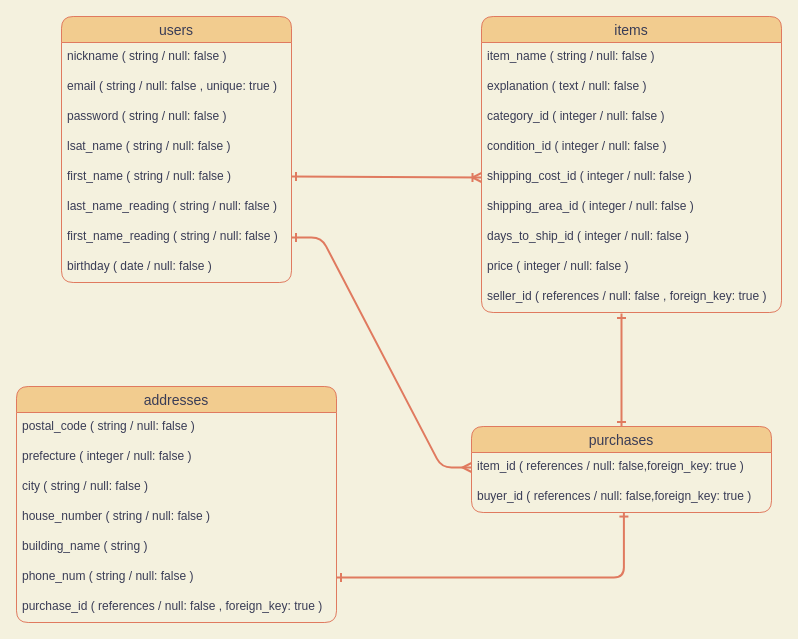
This is table-design.dio from kamahiro0413/furima-33019, a draw.io file, before an edit. Source tidied: cells renumbered, new cells numbered last; positions are measured from the earlier drawing's top-left corner, leaving out a move shared by most shapes. Both pictures are drawn from the tidied source at 100%, with x=0, y=0 at pixel (16, 16).
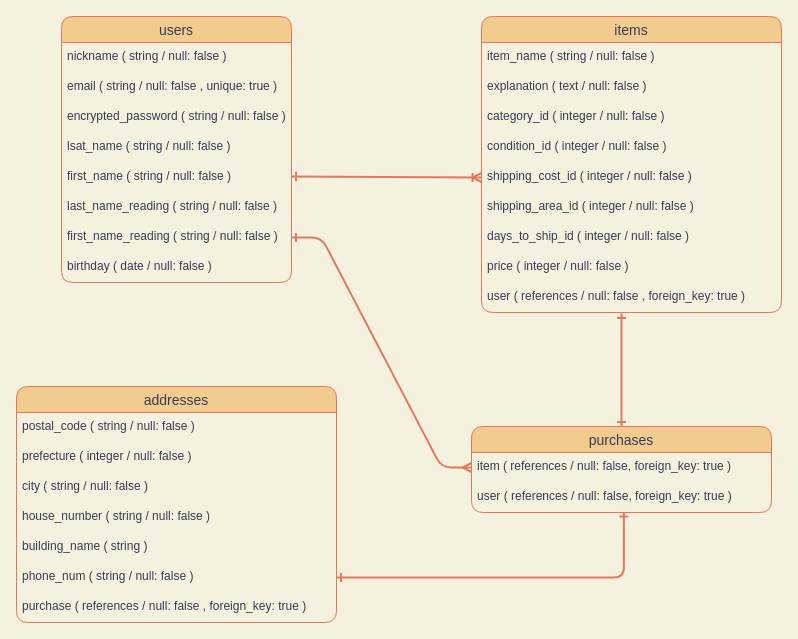
After the change.

Commit message (it also covers changes not shown here):
DB設計カラム名修正

Unchanged cells that the change refers to:
```xml
<mxCell id="2" value="users" style="swimlane;fontStyle=0;horizontal=1;startSize=26;align=center;fontSize=14;html=0;rounded=1;fillColor=#F2CC8F;strokeColor=#E07A5F;fontColor=#393C56;" parent="1" vertex="1">
  <mxGeometry x="45" width="230" height="266" as="geometry" />
</mxCell>
<mxCell id="11" value="items" style="swimlane;fontStyle=0;horizontal=1;startSize=26;align=center;fontSize=14;html=0;rounded=1;fillColor=#F2CC8F;strokeColor=#E07A5F;fontColor=#393C56;" parent="1" vertex="1">
  <mxGeometry x="465" width="300" height="296" as="geometry" />
</mxCell>
<mxCell id="21" value="purchases" style="swimlane;fontStyle=0;horizontal=1;startSize=26;align=center;fontSize=14;html=0;rounded=1;fillColor=#F2CC8F;strokeColor=#E07A5F;fontColor=#393C56;" parent="1" vertex="1">
  <mxGeometry x="455" y="410" width="300" height="86" as="geometry" />
</mxCell>
<mxCell id="24" value="addresses" style="swimlane;fontStyle=0;horizontal=1;startSize=26;align=center;fontSize=14;html=0;rounded=1;fillColor=#F2CC8F;strokeColor=#E07A5F;fontColor=#393C56;" parent="1" vertex="1">
  <mxGeometry y="370" width="320" height="236" as="geometry" />
</mxCell>
```

The edit, as a diff of the source:
```diff
@@
-    <mxCell id="5" value="password ( string / null: false )" style="text;strokeColor=none;fillColor=none;spacingLeft=4;spacingRight=4;overflow=hidden;fontSize=12;rounded=1;fontColor=#393C56;" parent="2" vertex="1">
+    <mxCell id="5" value="encrypted_password ( string / null: false )" style="text;strokeColor=none;fillColor=none;spacingLeft=4;spacingRight=4;overflow=hidden;fontSize=12;rounded=1;fontColor=#393C56;" parent="2" vertex="1">
       <mxGeometry y="86" width="230" height="30" as="geometry" />
     </mxCell>
@@
-    <mxCell id="20" value="seller_id ( references / null: false , foreign_key: true )" style="text;strokeColor=none;fillColor=none;spacingLeft=4;spacingRight=4;overflow=hidden;fontSize=12;rounded=1;fontColor=#393C56;" parent="11" vertex="1">
+    <mxCell id="20" value="user ( references / null: false , foreign_key: true )" style="text;strokeColor=none;fillColor=none;spacingLeft=4;spacingRight=4;overflow=hidden;fontSize=12;rounded=1;fontColor=#393C56;" parent="11" vertex="1">
       <mxGeometry y="266" width="300" height="30" as="geometry" />
     </mxCell>
@@
-    <mxCell id="22" value="item_id ( references / null: false,foreign_key: true )" style="text;strokeColor=none;fillColor=none;spacingLeft=4;spacingRight=4;overflow=hidden;points=[[0,0.5],[1,0.5]];portConstraint=eastwest;fontSize=12;rounded=1;fontColor=#393C56;" parent="21" vertex="1">
+    <mxCell id="22" value="item ( references / null: false, foreign_key: true )" style="text;strokeColor=none;fillColor=none;spacingLeft=4;spacingRight=4;overflow=hidden;points=[[0,0.5],[1,0.5]];portConstraint=eastwest;fontSize=12;rounded=1;fontColor=#393C56;" parent="21" vertex="1">
       <mxGeometry y="26" width="300" height="30" as="geometry" />
     </mxCell>
-    <mxCell id="23" value="buyer_id ( references / null: false,foreign_key: true )" style="text;strokeColor=none;fillColor=none;spacingLeft=4;spacingRight=4;overflow=hidden;points=[[0,0.5],[1,0.5]];portConstraint=eastwest;fontSize=12;rounded=1;fontColor=#393C56;" parent="21" vertex="1">
+    <mxCell id="23" value="user ( references / null: false, foreign_key: true )" style="text;strokeColor=none;fillColor=none;spacingLeft=4;spacingRight=4;overflow=hidden;points=[[0,0.5],[1,0.5]];portConstraint=eastwest;fontSize=12;rounded=1;fontColor=#393C56;" parent="21" vertex="1">
       <mxGeometry y="56" width="300" height="30" as="geometry" />
     </mxCell>
@@
-    <mxCell id="31" value="purchase_id ( references / null: false , foreign_key: true )" style="text;strokeColor=none;fillColor=none;spacingLeft=4;spacingRight=4;overflow=hidden;fontSize=12;rounded=1;fontColor=#393C56;" parent="24" vertex="1">
+    <mxCell id="31" value="purchase ( references / null: false , foreign_key: true )" style="text;strokeColor=none;fillColor=none;spacingLeft=4;spacingRight=4;overflow=hidden;fontSize=12;rounded=1;fontColor=#393C56;" parent="24" vertex="1">
       <mxGeometry y="206" width="320" height="30" as="geometry" />
     </mxCell>
```
